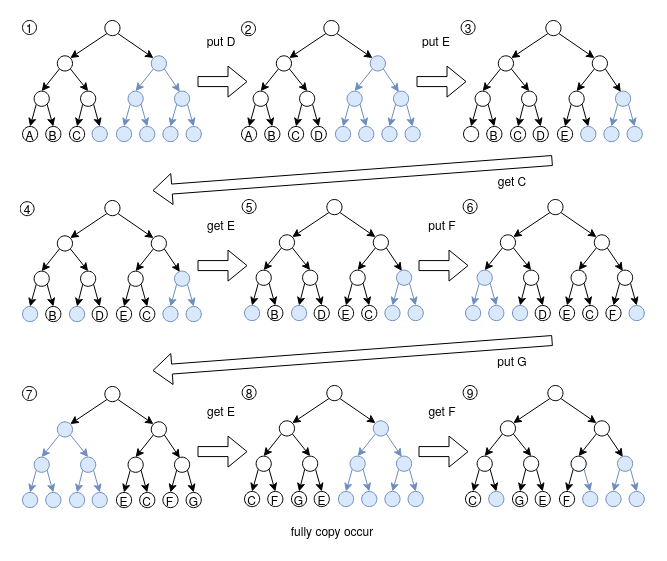
Earlier version of the draw.io export images/order-trees.png (MROS/ntu-thesis). Source tidied: cells renumbered, new cells last; positions are measured from the earlier drawing's top-left corner, leaving out a move shared by most shapes.
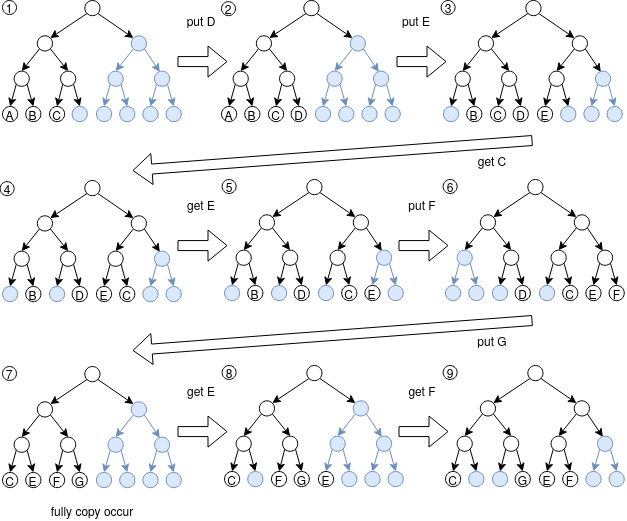
The same file after the commit.

What changed in the source:
```diff
@@ -206,7 +206,7 @@
     <mxCell id="69" style="group;" parent="68" vertex="1">
       <mxGeometry width="180" height="123.2" as="geometry" />
     </mxCell>
-    <mxCell id="70" style="ellipse;whiteSpace=wrap;html=1;" parent="69" vertex="1">
+    <mxCell id="70" style="ellipse;whiteSpace=wrap;html=1;fillColor=#dae8fc;strokeColor=#6c8ebf;" parent="69" vertex="1">
       <mxGeometry y="106" width="15.2" height="15.2" as="geometry" />
     </mxCell>
     <mxCell id="71" value="B" style="ellipse;whiteSpace=wrap;html=1;" parent="69" vertex="1">
@@ -443,13 +443,13 @@
     <mxCell id="145" value="D" style="ellipse;whiteSpace=wrap;html=1;" parent="141" vertex="1">
       <mxGeometry x="69.7" y="106" width="15.2" height="15.2" as="geometry" />
     </mxCell>
-    <mxCell id="146" value="E" style="ellipse;whiteSpace=wrap;html=1;" parent="141" vertex="1">
+    <mxCell id="146" style="ellipse;whiteSpace=wrap;html=1;fillColor=#dae8fc;strokeColor=#6c8ebf;" parent="141" vertex="1">
       <mxGeometry x="93.9" y="106" width="15.2" height="15.2" as="geometry" />
     </mxCell>
     <mxCell id="147" value="C" style="ellipse;whiteSpace=wrap;html=1;" parent="141" vertex="1">
       <mxGeometry x="117.2" y="106" width="15.2" height="15.2" as="geometry" />
     </mxCell>
-    <mxCell id="148" style="ellipse;whiteSpace=wrap;html=1;fillColor=#dae8fc;strokeColor=#6c8ebf;" parent="141" vertex="1">
+    <mxCell id="148" value="E" style="ellipse;whiteSpace=wrap;html=1;" parent="141" vertex="1">
       <mxGeometry x="140.4" y="106" width="15.2" height="15.2" as="geometry" />
     </mxCell>
     <mxCell id="149" style="ellipse;whiteSpace=wrap;html=1;fillColor=#dae8fc;strokeColor=#6c8ebf;" parent="141" vertex="1">
@@ -551,16 +551,16 @@
     <mxCell id="180" value="D" style="ellipse;whiteSpace=wrap;html=1;" parent="176" vertex="1">
       <mxGeometry x="69.7" y="106" width="15.2" height="15.2" as="geometry" />
     </mxCell>
-    <mxCell id="181" value="E" style="ellipse;whiteSpace=wrap;html=1;" parent="176" vertex="1">
+    <mxCell id="181" style="ellipse;whiteSpace=wrap;html=1;fillColor=#dae8fc;strokeColor=#6c8ebf;" parent="176" vertex="1">
       <mxGeometry x="93.9" y="106" width="15.2" height="15.2" as="geometry" />
     </mxCell>
     <mxCell id="182" value="C" style="ellipse;whiteSpace=wrap;html=1;" parent="176" vertex="1">
       <mxGeometry x="117.2" y="106" width="15.2" height="15.2" as="geometry" />
     </mxCell>
-    <mxCell id="183" value="F" style="ellipse;whiteSpace=wrap;html=1;" parent="176" vertex="1">
+    <mxCell id="183" value="E" style="ellipse;whiteSpace=wrap;html=1;" parent="176" vertex="1">
       <mxGeometry x="140.4" y="106" width="15.2" height="15.2" as="geometry" />
     </mxCell>
-    <mxCell id="184" style="ellipse;whiteSpace=wrap;html=1;fillColor=#dae8fc;strokeColor=#6c8ebf;" parent="176" vertex="1">
+    <mxCell id="184" value="F" style="ellipse;whiteSpace=wrap;html=1;" parent="176" vertex="1">
       <mxGeometry x="163.6" y="106" width="15.2" height="15.2" as="geometry" />
     </mxCell>
     <mxCell id="185" style="edgeStyle=none;rounded=0;jettySize=auto;html=1;exitX=0;exitY=1;exitDx=0;exitDy=0;entryX=0.5;entryY=0;entryDx=0;entryDy=0;fillColor=#dae8fc;strokeColor=#6c8ebf;" parent="176" edge="1" source="187" target="177">
@@ -656,82 +656,82 @@
     <mxCell id="213" style="group;" parent="212" vertex="1">
       <mxGeometry width="180" height="123.2" as="geometry" />
     </mxCell>
-    <mxCell id="214" style="ellipse;whiteSpace=wrap;html=1;fillColor=#dae8fc;strokeColor=#6c8ebf;" parent="213" vertex="1">
+    <mxCell id="214" value="C" style="ellipse;whiteSpace=wrap;html=1;" parent="213" vertex="1">
       <mxGeometry y="106" width="15.2" height="15.2" as="geometry" />
     </mxCell>
-    <mxCell id="215" style="ellipse;whiteSpace=wrap;html=1;fillColor=#dae8fc;strokeColor=#6c8ebf;" parent="213" vertex="1">
+    <mxCell id="215" value="E" style="ellipse;whiteSpace=wrap;html=1;" parent="213" vertex="1">
       <mxGeometry x="23.2" y="106" width="15.2" height="15.2" as="geometry" />
     </mxCell>
-    <mxCell id="216" style="ellipse;whiteSpace=wrap;html=1;fillColor=#dae8fc;strokeColor=#6c8ebf;" parent="213" vertex="1">
+    <mxCell id="216" value="F" style="ellipse;whiteSpace=wrap;html=1;" parent="213" vertex="1">
       <mxGeometry x="47" y="106" width="15.2" height="15.2" as="geometry" />
     </mxCell>
-    <mxCell id="217" style="ellipse;whiteSpace=wrap;html=1;fillColor=#dae8fc;strokeColor=#6c8ebf;" parent="213" vertex="1">
+    <mxCell id="217" value="G" style="ellipse;whiteSpace=wrap;html=1;" parent="213" vertex="1">
       <mxGeometry x="69.7" y="106" width="15.2" height="15.2" as="geometry" />
     </mxCell>
-    <mxCell id="218" value="E" style="ellipse;whiteSpace=wrap;html=1;" parent="213" vertex="1">
+    <mxCell id="218" style="ellipse;whiteSpace=wrap;html=1;fillColor=#dae8fc;strokeColor=#6c8ebf;" parent="213" vertex="1">
       <mxGeometry x="93.9" y="106" width="15.2" height="15.2" as="geometry" />
     </mxCell>
-    <mxCell id="219" value="C" style="ellipse;whiteSpace=wrap;html=1;" parent="213" vertex="1">
+    <mxCell id="219" style="ellipse;whiteSpace=wrap;html=1;fillColor=#dae8fc;strokeColor=#6c8ebf;" parent="213" vertex="1">
       <mxGeometry x="117.2" y="106" width="15.2" height="15.2" as="geometry" />
     </mxCell>
-    <mxCell id="220" value="F" style="ellipse;whiteSpace=wrap;html=1;" parent="213" vertex="1">
+    <mxCell id="220" style="ellipse;whiteSpace=wrap;html=1;fillColor=#dae8fc;strokeColor=#6c8ebf;" parent="213" vertex="1">
       <mxGeometry x="140.4" y="106" width="15.2" height="15.2" as="geometry" />
     </mxCell>
-    <mxCell id="221" value="G" style="ellipse;whiteSpace=wrap;html=1;" parent="213" vertex="1">
+    <mxCell id="221" style="ellipse;whiteSpace=wrap;html=1;fillColor=#dae8fc;strokeColor=#6c8ebf;" parent="213" vertex="1">
       <mxGeometry x="163.6" y="106" width="15.2" height="15.2" as="geometry" />
     </mxCell>
-    <mxCell id="222" style="edgeStyle=none;rounded=0;jettySize=auto;html=1;exitX=0;exitY=1;exitDx=0;exitDy=0;entryX=0.5;entryY=0;entryDx=0;entryDy=0;fillColor=#dae8fc;strokeColor=#6c8ebf;" parent="213" edge="1" source="224" target="214">
+    <mxCell id="222" style="edgeStyle=none;rounded=0;jettySize=auto;html=1;exitX=0;exitY=1;exitDx=0;exitDy=0;entryX=0.5;entryY=0;entryDx=0;entryDy=0;" parent="213" edge="1" source="224" target="214">
       <mxGeometry relative="1" as="geometry" />
     </mxCell>
-    <mxCell id="223" style="edgeStyle=none;rounded=0;jettySize=auto;html=1;exitX=1;exitY=1;exitDx=0;exitDy=0;entryX=0.5;entryY=0;entryDx=0;entryDy=0;fillColor=#dae8fc;strokeColor=#6c8ebf;" parent="213" edge="1" source="224" target="215">
+    <mxCell id="223" style="edgeStyle=none;rounded=0;jettySize=auto;html=1;exitX=1;exitY=1;exitDx=0;exitDy=0;entryX=0.5;entryY=0;entryDx=0;entryDy=0;" parent="213" edge="1" source="224" target="215">
       <mxGeometry relative="1" as="geometry" />
     </mxCell>
-    <mxCell id="224" style="ellipse;whiteSpace=wrap;html=1;fillColor=#dae8fc;strokeColor=#6c8ebf;" parent="213" vertex="1">
+    <mxCell id="224" style="ellipse;whiteSpace=wrap;html=1;" parent="213" vertex="1">
       <mxGeometry x="11.6" y="70.6" width="15.2" height="15.2" as="geometry" />
     </mxCell>
-    <mxCell id="225" style="edgeStyle=none;rounded=0;jettySize=auto;html=1;exitX=0;exitY=1;exitDx=0;exitDy=0;entryX=0.5;entryY=0;entryDx=0;entryDy=0;fillColor=#dae8fc;strokeColor=#6c8ebf;" parent="213" edge="1" source="227" target="216">
+    <mxCell id="225" style="edgeStyle=none;rounded=0;jettySize=auto;html=1;exitX=0;exitY=1;exitDx=0;exitDy=0;entryX=0.5;entryY=0;entryDx=0;entryDy=0;" parent="213" edge="1" source="227" target="216">
       <mxGeometry relative="1" as="geometry" />
     </mxCell>
-    <mxCell id="226" style="edgeStyle=none;rounded=0;jettySize=auto;html=1;exitX=1;exitY=1;exitDx=0;exitDy=0;entryX=0.5;entryY=0;entryDx=0;entryDy=0;fillColor=#dae8fc;strokeColor=#6c8ebf;" parent="213" edge="1" source="227" target="217">
+    <mxCell id="226" style="edgeStyle=none;rounded=0;jettySize=auto;html=1;exitX=1;exitY=1;exitDx=0;exitDy=0;entryX=0.5;entryY=0;entryDx=0;entryDy=0;" parent="213" edge="1" source="227" target="217">
       <mxGeometry relative="1" as="geometry" />
     </mxCell>
-    <mxCell id="227" style="ellipse;whiteSpace=wrap;html=1;fillColor=#dae8fc;strokeColor=#6c8ebf;" parent="213" vertex="1">
+    <mxCell id="227" style="ellipse;whiteSpace=wrap;html=1;" parent="213" vertex="1">
       <mxGeometry x="58.1" y="70.6" width="15.2" height="15.2" as="geometry" />
     </mxCell>
-    <mxCell id="228" style="edgeStyle=none;rounded=0;jettySize=auto;html=1;exitX=0;exitY=1;exitDx=0;exitDy=0;entryX=0.5;entryY=0;entryDx=0;entryDy=0;" parent="213" edge="1" source="230" target="218">
+    <mxCell id="228" style="edgeStyle=none;rounded=0;jettySize=auto;html=1;exitX=0;exitY=1;exitDx=0;exitDy=0;entryX=0.5;entryY=0;entryDx=0;entryDy=0;fillColor=#dae8fc;strokeColor=#6c8ebf;" parent="213" edge="1" source="230" target="218">
       <mxGeometry relative="1" as="geometry" />
     </mxCell>
-    <mxCell id="229" style="edgeStyle=none;rounded=0;jettySize=auto;html=1;exitX=1;exitY=1;exitDx=0;exitDy=0;entryX=0.5;entryY=0;entryDx=0;entryDy=0;" parent="213" edge="1" source="230" target="219">
+    <mxCell id="229" style="edgeStyle=none;rounded=0;jettySize=auto;html=1;exitX=1;exitY=1;exitDx=0;exitDy=0;entryX=0.5;entryY=0;entryDx=0;entryDy=0;fillColor=#dae8fc;strokeColor=#6c8ebf;" parent="213" edge="1" source="230" target="219">
       <mxGeometry relative="1" as="geometry" />
     </mxCell>
-    <mxCell id="230" style="ellipse;whiteSpace=wrap;html=1;" parent="213" vertex="1">
+    <mxCell id="230" style="ellipse;whiteSpace=wrap;html=1;fillColor=#dae8fc;strokeColor=#6c8ebf;" parent="213" vertex="1">
       <mxGeometry x="105.5" y="70.6" width="15.2" height="15.2" as="geometry" />
     </mxCell>
-    <mxCell id="231" style="edgeStyle=none;rounded=0;jettySize=auto;html=1;exitX=0;exitY=1;exitDx=0;exitDy=0;entryX=0.5;entryY=0;entryDx=0;entryDy=0;" parent="213" edge="1" source="233" target="220">
+    <mxCell id="231" style="edgeStyle=none;rounded=0;jettySize=auto;html=1;exitX=0;exitY=1;exitDx=0;exitDy=0;entryX=0.5;entryY=0;entryDx=0;entryDy=0;fillColor=#dae8fc;strokeColor=#6c8ebf;" parent="213" edge="1" source="233" target="220">
       <mxGeometry relative="1" as="geometry" />
     </mxCell>
-    <mxCell id="232" style="edgeStyle=none;rounded=0;jettySize=auto;html=1;exitX=1;exitY=1;exitDx=0;exitDy=0;entryX=0.5;entryY=0;entryDx=0;entryDy=0;" parent="213" edge="1" source="233" target="221">
+    <mxCell id="232" style="edgeStyle=none;rounded=0;jettySize=auto;html=1;exitX=1;exitY=1;exitDx=0;exitDy=0;entryX=0.5;entryY=0;entryDx=0;entryDy=0;fillColor=#dae8fc;strokeColor=#6c8ebf;" parent="213" edge="1" source="233" target="221">
       <mxGeometry relative="1" as="geometry" />
     </mxCell>
-    <mxCell id="233" style="ellipse;whiteSpace=wrap;html=1;" parent="213" vertex="1">
+    <mxCell id="233" style="ellipse;whiteSpace=wrap;html=1;fillColor=#dae8fc;strokeColor=#6c8ebf;" parent="213" vertex="1">
       <mxGeometry x="152" y="70.6" width="15.2" height="15.2" as="geometry" />
     </mxCell>
-    <mxCell id="234" style="edgeStyle=none;rounded=0;jettySize=auto;html=1;exitX=0;exitY=1;exitDx=0;exitDy=0;entryX=0.5;entryY=0;entryDx=0;entryDy=0;fillColor=#dae8fc;strokeColor=#6c8ebf;" parent="213" edge="1" source="236" target="224">
+    <mxCell id="234" style="edgeStyle=none;rounded=0;jettySize=auto;html=1;exitX=0;exitY=1;exitDx=0;exitDy=0;entryX=0.5;entryY=0;entryDx=0;entryDy=0;" parent="213" edge="1" source="236" target="224">
       <mxGeometry relative="1" as="geometry" />
     </mxCell>
-    <mxCell id="235" style="edgeStyle=none;rounded=0;jettySize=auto;html=1;exitX=1;exitY=1;exitDx=0;exitDy=0;entryX=0.5;entryY=0;entryDx=0;entryDy=0;fillColor=#dae8fc;strokeColor=#6c8ebf;" parent="213" edge="1" source="236" target="227">
+    <mxCell id="235" style="edgeStyle=none;rounded=0;jettySize=auto;html=1;exitX=1;exitY=1;exitDx=0;exitDy=0;entryX=0.5;entryY=0;entryDx=0;entryDy=0;" parent="213" edge="1" source="236" target="227">
       <mxGeometry relative="1" as="geometry" />
     </mxCell>
-    <mxCell id="236" style="ellipse;whiteSpace=wrap;html=1;fillColor=#dae8fc;strokeColor=#6c8ebf;" parent="213" vertex="1">
+    <mxCell id="236" style="ellipse;whiteSpace=wrap;html=1;" parent="213" vertex="1">
       <mxGeometry x="34.8" y="35.3" width="15.2" height="15.2" as="geometry" />
     </mxCell>
-    <mxCell id="237" style="edgeStyle=none;rounded=0;jettySize=auto;html=1;exitX=0;exitY=1;exitDx=0;exitDy=0;entryX=0.5;entryY=0;entryDx=0;entryDy=0;" parent="213" edge="1" source="239" target="230">
+    <mxCell id="237" style="edgeStyle=none;rounded=0;jettySize=auto;html=1;exitX=0;exitY=1;exitDx=0;exitDy=0;entryX=0.5;entryY=0;entryDx=0;entryDy=0;fillColor=#dae8fc;strokeColor=#6c8ebf;" parent="213" edge="1" source="239" target="230">
       <mxGeometry relative="1" as="geometry" />
     </mxCell>
-    <mxCell id="238" style="edgeStyle=none;rounded=0;jettySize=auto;html=1;exitX=1;exitY=1;exitDx=0;exitDy=0;entryX=0.35;entryY=0.05;entryDx=0;entryDy=0;entryPerimeter=0;" parent="213" edge="1" source="239" target="233">
+    <mxCell id="238" style="edgeStyle=none;rounded=0;jettySize=auto;html=1;exitX=1;exitY=1;exitDx=0;exitDy=0;entryX=0.35;entryY=0.05;entryDx=0;entryDy=0;entryPerimeter=0;fillColor=#dae8fc;strokeColor=#6c8ebf;" parent="213" edge="1" source="239" target="233">
       <mxGeometry relative="1" as="geometry" />
     </mxCell>
-    <mxCell id="239" style="ellipse;whiteSpace=wrap;html=1;" parent="213" vertex="1">
+    <mxCell id="239" style="ellipse;whiteSpace=wrap;html=1;fillColor=#dae8fc;strokeColor=#6c8ebf;" parent="213" vertex="1">
       <mxGeometry x="128.8" y="35.3" width="15.2" height="15.2" as="geometry" />
     </mxCell>
     <mxCell id="240" style="rounded=0;jettySize=auto;html=1;exitX=0;exitY=1;exitDx=0;exitDy=0;entryX=1;entryY=0;entryDx=0;entryDy=0;" parent="213" edge="1" source="242" target="236">
@@ -758,16 +758,16 @@
     <mxCell id="247" value="C" style="ellipse;whiteSpace=wrap;html=1;" parent="246" vertex="1">
       <mxGeometry y="106" width="15.2" height="15.2" as="geometry" />
     </mxCell>
-    <mxCell id="248" value="F" style="ellipse;whiteSpace=wrap;html=1;" parent="246" vertex="1">
+    <mxCell id="248" style="ellipse;whiteSpace=wrap;html=1;fillColor=#dae8fc;strokeColor=#6c8ebf;" parent="246" vertex="1">
       <mxGeometry x="23.2" y="106" width="15.2" height="15.2" as="geometry" />
     </mxCell>
-    <mxCell id="249" value="G" style="ellipse;whiteSpace=wrap;html=1;" parent="246" vertex="1">
+    <mxCell id="249" value="F" style="ellipse;whiteSpace=wrap;html=1;" parent="246" vertex="1">
       <mxGeometry x="47" y="106" width="15.2" height="15.2" as="geometry" />
     </mxCell>
-    <mxCell id="250" value="E" style="ellipse;whiteSpace=wrap;html=1;" parent="246" vertex="1">
+    <mxCell id="250" value="G" style="ellipse;whiteSpace=wrap;html=1;" parent="246" vertex="1">
       <mxGeometry x="69.7" y="106" width="15.2" height="15.2" as="geometry" />
     </mxCell>
-    <mxCell id="251" style="ellipse;whiteSpace=wrap;html=1;fillColor=#dae8fc;strokeColor=#6c8ebf;" parent="246" vertex="1">
+    <mxCell id="251" value="E" style="ellipse;whiteSpace=wrap;html=1;" parent="246" vertex="1">
       <mxGeometry x="93.9" y="106" width="15.2" height="15.2" as="geometry" />
     </mxCell>
     <mxCell id="252" style="ellipse;whiteSpace=wrap;html=1;fillColor=#dae8fc;strokeColor=#6c8ebf;" parent="246" vertex="1">
@@ -869,16 +869,16 @@
     <mxCell id="283" style="ellipse;whiteSpace=wrap;html=1;fillColor=#dae8fc;strokeColor=#6c8ebf;" parent="281" vertex="1">
       <mxGeometry x="23.2" y="106" width="15.2" height="15.2" as="geometry" />
     </mxCell>
-    <mxCell id="284" value="G" style="ellipse;whiteSpace=wrap;html=1;" parent="281" vertex="1">
+    <mxCell id="284" style="ellipse;whiteSpace=wrap;html=1;fillColor=#dae8fc;strokeColor=#6c8ebf;" parent="281" vertex="1">
       <mxGeometry x="47" y="106" width="15.2" height="15.2" as="geometry" />
     </mxCell>
-    <mxCell id="285" value="E" style="ellipse;whiteSpace=wrap;html=1;" parent="281" vertex="1">
+    <mxCell id="285" value="G" style="ellipse;whiteSpace=wrap;html=1;" parent="281" vertex="1">
       <mxGeometry x="69.7" y="106" width="15.2" height="15.2" as="geometry" />
     </mxCell>
-    <mxCell id="286" value="F" style="ellipse;whiteSpace=wrap;html=1;" parent="281" vertex="1">
+    <mxCell id="286" value="E" style="ellipse;whiteSpace=wrap;html=1;" parent="281" vertex="1">
       <mxGeometry x="93.9" y="106" width="15.2" height="15.2" as="geometry" />
     </mxCell>
-    <mxCell id="287" style="ellipse;whiteSpace=wrap;html=1;fillColor=#dae8fc;strokeColor=#6c8ebf;" parent="281" vertex="1">
+    <mxCell id="287" value="F" style="ellipse;whiteSpace=wrap;html=1;" parent="281" vertex="1">
       <mxGeometry x="117.2" y="106" width="15.2" height="15.2" as="geometry" />
     </mxCell>
     <mxCell id="288" style="ellipse;whiteSpace=wrap;html=1;fillColor=#dae8fc;strokeColor=#6c8ebf;" parent="281" vertex="1">
@@ -908,7 +908,7 @@
     <mxCell id="296" style="edgeStyle=none;rounded=0;jettySize=auto;html=1;exitX=0;exitY=1;exitDx=0;exitDy=0;entryX=0.5;entryY=0;entryDx=0;entryDy=0;" parent="281" edge="1" source="298" target="286">
       <mxGeometry relative="1" as="geometry" />
     </mxCell>
-    <mxCell id="297" style="edgeStyle=none;rounded=0;jettySize=auto;html=1;exitX=1;exitY=1;exitDx=0;exitDy=0;entryX=0.5;entryY=0;entryDx=0;entryDy=0;fillColor=#dae8fc;strokeColor=#6c8ebf;" parent="281" edge="1" source="298" target="287">
+    <mxCell id="297" style="edgeStyle=none;rounded=0;jettySize=auto;html=1;exitX=1;exitY=1;exitDx=0;exitDy=0;entryX=0.5;entryY=0;entryDx=0;entryDy=0;fillColor=#dae8fc;strokeColor=#000000;" parent="281" edge="1" source="298" target="287">
       <mxGeometry relative="1" as="geometry" />
     </mxCell>
     <mxCell id="298" style="ellipse;whiteSpace=wrap;html=1;" parent="281" vertex="1">
@@ -963,7 +963,7 @@
       </mxGeometry>
     </mxCell>
     <mxCell id="314" value="fully copy occur" style="text;html=1;strokeColor=none;fillColor=none;align=center;verticalAlign=middle;whiteSpace=wrap;rounded=0;" parent="1" vertex="1">
-      <mxGeometry x="262" y="500" width="100" height="20" as="geometry" />
+      <mxGeometry x="42" y="500" width="100" height="20" as="geometry" />
     </mxCell>
   </root>
 </mxGraphModel>
```
